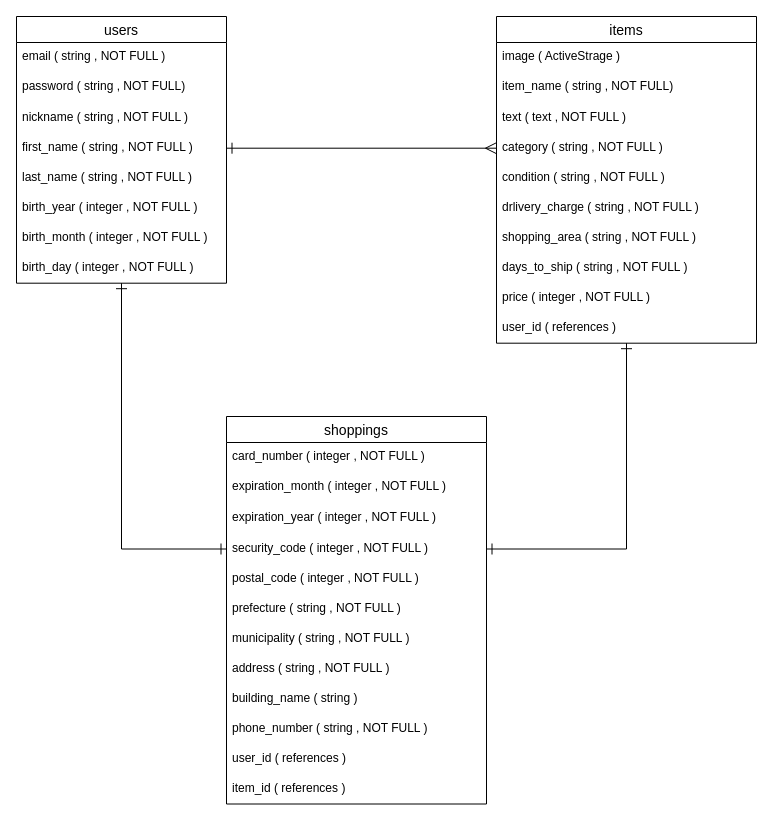
This is furima.dio from ami0120/furima-34292, a draw.io file, before an edit. Source tidied: cells renumbered, new cells numbered last; positions are measured from the earlier drawing's top-left corner, leaving out a move shared by most shapes. Both pictures are drawn from the tidied source at 100%, with x=0, y=0 at pixel (16, 16).
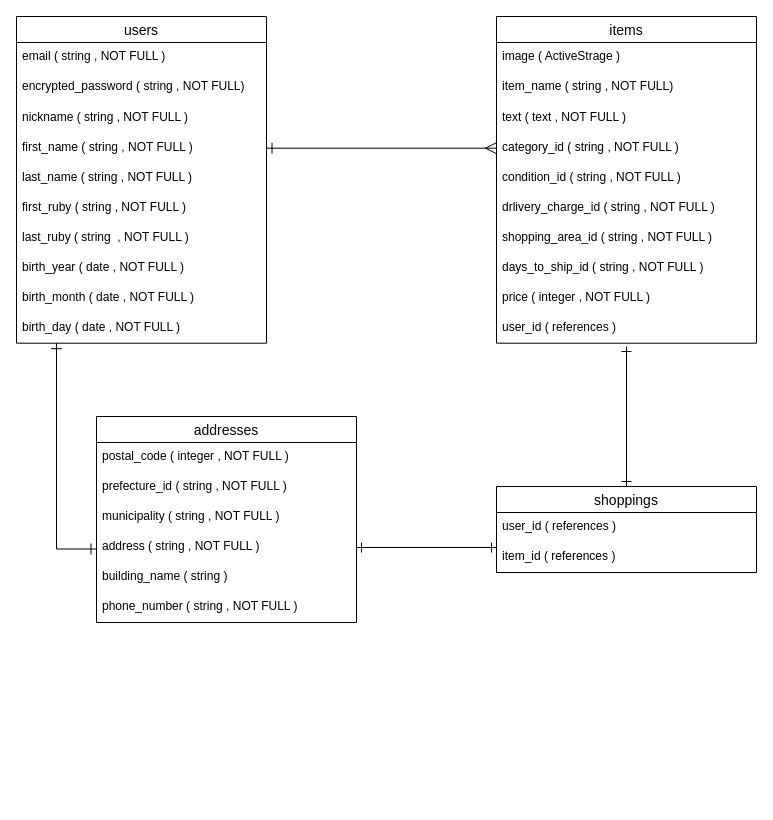
The same diagram, later.

Unchanged cells that the change refers to:
```xml
<mxCell id="13" value="items" style="swimlane;fontStyle=0;horizontal=1;startSize=26;align=center;fontSize=14;" parent="1" vertex="1">
  <mxGeometry x="480" width="260" height="326.7" as="geometry" />
</mxCell>
```

The edit, as a diff of the source:
```diff
@@
-    <mxCell id="2" style="edgeStyle=orthogonalEdgeStyle;rounded=0;jettySize=auto;html=1;entryX=0;entryY=0.5;entryDx=0;entryDy=0;startArrow=ERone;startFill=0;startSize=9;endArrow=ERone;endFill=0;endSize=9;" parent="1" edge="1" source="3" target="28">
-      <mxGeometry relative="1" as="geometry" />
+    <mxCell id="2" style="edgeStyle=orthogonalEdgeStyle;rounded=0;jettySize=auto;html=1;entryX=0;entryY=0.5;entryDx=0;entryDy=0;startArrow=ERone;startFill=0;startSize=9;endArrow=ERone;endFill=0;endSize=9;" parent="1" edge="1" source="3">
+      <mxGeometry relative="1" as="geometry">
+        <mxPoint x="80" y="532.5" as="targetPoint" />
+        <Array as="points">
+          <mxPoint x="40" y="533" />
+        </Array>
+      </mxGeometry>
     </mxCell>
     <mxCell id="3" value="users" style="swimlane;fontStyle=0;horizontal=1;startSize=26;align=center;fontSize=14;" parent="1" vertex="1">
-      <mxGeometry width="210" height="266.7" as="geometry" />
+      <mxGeometry width="250" height="326.7" as="geometry" />
     </mxCell>
     <mxCell id="4" value="email ( string , NOT FULL )" style="text;strokeColor=none;fillColor=none;spacingLeft=4;spacingRight=4;overflow=hidden;fontSize=12;" parent="3" vertex="1">
-      <mxGeometry y="26" width="210" height="30" as="geometry" />
+      <mxGeometry y="26" width="250" height="30" as="geometry" />
     </mxCell>
-    <mxCell id="5" value="password ( string , NOT FULL)" style="text;strokeColor=none;fillColor=none;spacingLeft=4;spacingRight=4;overflow=hidden;fontSize=12;" parent="3" vertex="1">
-      <mxGeometry y="56" width="210" height="30.7" as="geometry" />
+    <mxCell id="5" value="encrypted_password ( string , NOT FULL)" style="text;strokeColor=none;fillColor=none;spacingLeft=4;spacingRight=4;overflow=hidden;fontSize=12;" parent="3" vertex="1">
+      <mxGeometry y="56" width="250" height="30.7" as="geometry" />
     </mxCell>
     <mxCell id="6" value="nickname ( string , NOT FULL )" style="text;strokeColor=none;fillColor=none;spacingLeft=4;spacingRight=4;overflow=hidden;fontSize=12;" parent="3" vertex="1">
-      <mxGeometry y="86.7" width="210" height="30" as="geometry" />
+      <mxGeometry y="86.7" width="250" height="30" as="geometry" />
     </mxCell>
     <mxCell id="7" value="first_name ( string , NOT FULL )" style="text;strokeColor=none;fillColor=none;spacingLeft=4;spacingRight=4;overflow=hidden;points=[[0,0.5],[1,0.5]];portConstraint=eastwest;fontSize=12;" parent="3" vertex="1">
-      <mxGeometry y="116.7" width="210" height="30" as="geometry" />
+      <mxGeometry y="116.7" width="250" height="30" as="geometry" />
     </mxCell>
     <mxCell id="8" value="last_name ( string , NOT FULL )" style="text;strokeColor=none;fillColor=none;spacingLeft=4;spacingRight=4;overflow=hidden;fontSize=12;" parent="3" vertex="1">
-      <mxGeometry y="146.7" width="210" height="30" as="geometry" />
+      <mxGeometry y="146.7" width="250" height="30" as="geometry" />
     </mxCell>
+    <mxCell id="38" value="first_ruby ( string , NOT FULL )" style="text;strokeColor=none;fillColor=none;spacingLeft=4;spacingRight=4;overflow=hidden;fontSize=12;" parent="3" vertex="1">
+      <mxGeometry y="176.7" width="250" height="30" as="geometry" />
+    </mxCell>
+    <mxCell id="39" value="last_ruby ( string  , NOT FULL )" style="text;strokeColor=none;fillColor=none;spacingLeft=4;spacingRight=4;overflow=hidden;fontSize=12;" parent="3" vertex="1">
+      <mxGeometry y="206.7" width="250" height="30" as="geometry" />
+    </mxCell>
-    <mxCell id="9" value="birth_year ( integer , NOT FULL )" style="text;strokeColor=none;fillColor=none;spacingLeft=4;spacingRight=4;overflow=hidden;fontSize=12;" parent="3" vertex="1">
-      <mxGeometry y="176.7" width="210" height="30" as="geometry" />
+    <mxCell id="9" value="birth_year ( date , NOT FULL )" style="text;strokeColor=none;fillColor=none;spacingLeft=4;spacingRight=4;overflow=hidden;fontSize=12;" parent="3" vertex="1">
+      <mxGeometry y="236.7" width="250" height="30" as="geometry" />
     </mxCell>
-    <mxCell id="10" value="birth_month ( integer , NOT FULL )" style="text;strokeColor=none;fillColor=none;spacingLeft=4;spacingRight=4;overflow=hidden;fontSize=12;" parent="3" vertex="1">
-      <mxGeometry y="206.7" width="210" height="30" as="geometry" />
+    <mxCell id="10" value="birth_month ( date , NOT FULL )" style="text;strokeColor=none;fillColor=none;spacingLeft=4;spacingRight=4;overflow=hidden;fontSize=12;" parent="3" vertex="1">
+      <mxGeometry y="266.7" width="250" height="30" as="geometry" />
     </mxCell>
-    <mxCell id="11" value="birth_day ( integer , NOT FULL )" style="text;strokeColor=none;fillColor=none;spacingLeft=4;spacingRight=4;overflow=hidden;fontSize=12;" parent="3" vertex="1">
-      <mxGeometry y="236.7" width="210" height="30" as="geometry" />
+    <mxCell id="11" value="birth_day ( date , NOT FULL )" style="text;strokeColor=none;fillColor=none;spacingLeft=4;spacingRight=4;overflow=hidden;fontSize=12;" parent="3" vertex="1">
+      <mxGeometry y="296.7" width="250" height="30" as="geometry" />
     </mxCell>
-    <mxCell id="12" style="edgeStyle=orthogonalEdgeStyle;rounded=0;jettySize=auto;html=1;startArrow=ERone;startFill=0;startSize=9;endArrow=ERone;endFill=0;endSize=9;entryX=1;entryY=0.5;entryDx=0;entryDy=0;" parent="1" edge="1" source="13" target="28">
-      <mxGeometry relative="1" as="geometry" />
-    </mxCell>
@@
-    <mxCell id="17" value="category ( string , NOT FULL )" style="text;strokeColor=none;fillColor=none;spacingLeft=4;spacingRight=4;overflow=hidden;points=[[0,0.5],[1,0.5]];portConstraint=eastwest;fontSize=12;" parent="13" vertex="1">
+    <mxCell id="17" value="category_id ( string , NOT FULL )" style="text;strokeColor=none;fillColor=none;spacingLeft=4;spacingRight=4;overflow=hidden;points=[[0,0.5],[1,0.5]];portConstraint=eastwest;fontSize=12;" parent="13" vertex="1">
       <mxGeometry y="116.7" width="260" height="30" as="geometry" />
     </mxCell>
-    <mxCell id="18" value="condition ( string , NOT FULL )" style="text;strokeColor=none;fillColor=none;spacingLeft=4;spacingRight=4;overflow=hidden;fontSize=12;" parent="13" vertex="1">
+    <mxCell id="18" value="condition_id ( string , NOT FULL )" style="text;strokeColor=none;fillColor=none;spacingLeft=4;spacingRight=4;overflow=hidden;fontSize=12;" parent="13" vertex="1">
       <mxGeometry y="146.7" width="260" height="30" as="geometry" />
     </mxCell>
-    <mxCell id="19" value="drlivery_charge ( string , NOT FULL )" style="text;strokeColor=none;fillColor=none;spacingLeft=4;spacingRight=4;overflow=hidden;fontSize=12;" parent="13" vertex="1">
+    <mxCell id="19" value="drlivery_charge_id ( string , NOT FULL )" style="text;strokeColor=none;fillColor=none;spacingLeft=4;spacingRight=4;overflow=hidden;fontSize=12;" parent="13" vertex="1">
       <mxGeometry y="176.7" width="260" height="30" as="geometry" />
     </mxCell>
-    <mxCell id="20" value="shopping_area ( string , NOT FULL )" style="text;strokeColor=none;fillColor=none;spacingLeft=4;spacingRight=4;overflow=hidden;fontSize=12;" parent="13" vertex="1">
+    <mxCell id="20" value="shopping_area_id ( string , NOT FULL )" style="text;strokeColor=none;fillColor=none;spacingLeft=4;spacingRight=4;overflow=hidden;fontSize=12;" parent="13" vertex="1">
       <mxGeometry y="206.7" width="260" height="30" as="geometry" />
     </mxCell>
-    <mxCell id="21" value="days_to_ship ( string , NOT FULL )" style="text;strokeColor=none;fillColor=none;spacingLeft=4;spacingRight=4;overflow=hidden;fontSize=12;" parent="13" vertex="1">
+    <mxCell id="21" value="days_to_ship_id ( string , NOT FULL )" style="text;strokeColor=none;fillColor=none;spacingLeft=4;spacingRight=4;overflow=hidden;fontSize=12;" parent="13" vertex="1">
       <mxGeometry y="236.7" width="260" height="30" as="geometry" />
     </mxCell>
@@
-    <mxCell id="24" value="shoppings" style="swimlane;fontStyle=0;horizontal=1;startSize=26;align=center;fontSize=14;" parent="1" vertex="1">
-      <mxGeometry x="210" y="400" width="260" height="387.5" as="geometry" />
+    <mxCell id="24" value="addresses" style="swimlane;fontStyle=0;horizontal=1;startSize=26;align=center;fontSize=14;" parent="1" vertex="1">
+      <mxGeometry x="80" y="400" width="260" height="206" as="geometry" />
     </mxCell>
-    <mxCell id="25" value="card_number ( integer , NOT FULL )" style="text;strokeColor=none;fillColor=none;spacingLeft=4;spacingRight=4;overflow=hidden;fontSize=12;" parent="24" vertex="1">
-      <mxGeometry y="26" width="260" height="30" as="geometry" />
-    </mxCell>
-    <mxCell id="26" value="expiration_month ( integer , NOT FULL )" style="text;strokeColor=none;fillColor=none;spacingLeft=4;spacingRight=4;overflow=hidden;fontSize=12;" parent="24" vertex="1">
-      <mxGeometry y="56" width="260" height="30.7" as="geometry" />
-    </mxCell>
-    <mxCell id="27" value="expiration_year ( integer , NOT FULL )" style="text;strokeColor=none;fillColor=none;spacingLeft=4;spacingRight=4;overflow=hidden;fontSize=12;" parent="24" vertex="1">
-      <mxGeometry y="86.7" width="260" height="30.7" as="geometry" />
-    </mxCell>
-    <mxCell id="28" value="security_code ( integer , NOT FULL )" style="text;strokeColor=none;fillColor=none;spacingLeft=4;spacingRight=4;overflow=hidden;points=[[0,0.5],[1,0.5]];portConstraint=eastwest;fontSize=12;" parent="24" vertex="1">
-      <mxGeometry y="117.5" width="260" height="30" as="geometry" />
-    </mxCell>
     <mxCell id="29" value="postal_code ( integer , NOT FULL )" style="text;strokeColor=none;fillColor=none;spacingLeft=4;spacingRight=4;overflow=hidden;fontSize=12;" parent="24" vertex="1">
-      <mxGeometry y="147.5" width="260" height="30" as="geometry" />
+      <mxGeometry y="26" width="260" height="30" as="geometry" />
     </mxCell>
-    <mxCell id="30" value="prefecture ( string , NOT FULL )" style="text;strokeColor=none;fillColor=none;spacingLeft=4;spacingRight=4;overflow=hidden;fontSize=12;" parent="24" vertex="1">
-      <mxGeometry y="177.5" width="260" height="30" as="geometry" />
+    <mxCell id="30" value="prefecture_id ( string , NOT FULL )" style="text;strokeColor=none;fillColor=none;spacingLeft=4;spacingRight=4;overflow=hidden;fontSize=12;" parent="24" vertex="1">
+      <mxGeometry y="56" width="260" height="30" as="geometry" />
     </mxCell>
     <mxCell id="31" value="municipality ( string , NOT FULL )" style="text;strokeColor=none;fillColor=none;spacingLeft=4;spacingRight=4;overflow=hidden;fontSize=12;" parent="24" vertex="1">
-      <mxGeometry y="207.5" width="260" height="30" as="geometry" />
+      <mxGeometry y="86" width="260" height="30" as="geometry" />
     </mxCell>
     <mxCell id="32" value="address ( string , NOT FULL )" style="text;strokeColor=none;fillColor=none;spacingLeft=4;spacingRight=4;overflow=hidden;points=[[0,0.5],[1,0.5]];portConstraint=eastwest;fontSize=12;" parent="24" vertex="1">
-      <mxGeometry y="237.5" width="260" height="30" as="geometry" />
+      <mxGeometry y="116" width="260" height="30" as="geometry" />
     </mxCell>
     <mxCell id="33" value="building_name ( string )" style="text;strokeColor=none;fillColor=none;spacingLeft=4;spacingRight=4;overflow=hidden;fontSize=12;" parent="24" vertex="1">
-      <mxGeometry y="267.5" width="260" height="30" as="geometry" />
+      <mxGeometry y="146" width="260" height="30" as="geometry" />
     </mxCell>
     <mxCell id="34" value="phone_number ( string , NOT FULL )" style="text;strokeColor=none;fillColor=none;spacingLeft=4;spacingRight=4;overflow=hidden;fontSize=12;" parent="24" vertex="1">
-      <mxGeometry y="297.5" width="260" height="30" as="geometry" />
+      <mxGeometry y="176" width="260" height="30" as="geometry" />
     </mxCell>
+    <mxCell id="37" style="edgeStyle=orthogonalEdgeStyle;rounded=0;jettySize=auto;html=1;exitX=1;exitY=0.5;exitDx=0;exitDy=0;entryX=0;entryY=0.5;entryDx=0;entryDy=0;startArrow=ERone;startFill=0;endArrow=ERmany;endFill=0;endSize=9;startSize=9;" parent="1" edge="1" source="7" target="17">
+      <mxGeometry relative="1" as="geometry" />
+    </mxCell>
+    <mxCell id="40" style="edgeStyle=orthogonalEdgeStyle;rounded=0;jettySize=auto;html=1;endSize=8;startSize=8;endArrow=ERone;endFill=0;startArrow=ERone;startFill=0;" parent="1" edge="1" source="41">
+      <mxGeometry relative="1" as="geometry">
+        <mxPoint x="610" y="330" as="targetPoint" />
+      </mxGeometry>
+    </mxCell>
+    <mxCell id="41" value="shoppings" style="swimlane;fontStyle=0;horizontal=1;startSize=26;align=center;fontSize=14;" parent="1" vertex="1">
+      <mxGeometry x="480" y="470" width="260" height="86" as="geometry" />
+    </mxCell>
-    <mxCell id="35" value="user_id ( references )" style="text;strokeColor=none;fillColor=none;spacingLeft=4;spacingRight=4;overflow=hidden;fontSize=12;" parent="24" vertex="1">
-      <mxGeometry y="327.5" width="260" height="30" as="geometry" />
+    <mxCell id="35" value="user_id ( references )" style="text;strokeColor=none;fillColor=none;spacingLeft=4;spacingRight=4;overflow=hidden;fontSize=12;" parent="41" vertex="1">
+      <mxGeometry y="26" width="260" height="30" as="geometry" />
     </mxCell>
-    <mxCell id="36" value="item_id ( references )" style="text;strokeColor=none;fillColor=none;spacingLeft=4;spacingRight=4;overflow=hidden;points=[[0,0.5],[1,0.5]];portConstraint=eastwest;fontSize=12;" parent="24" vertex="1">
-      <mxGeometry y="357.5" width="260" height="30" as="geometry" />
+    <mxCell id="36" value="item_id ( references )" style="text;strokeColor=none;fillColor=none;spacingLeft=4;spacingRight=4;overflow=hidden;points=[[0,0.5],[1,0.5]];portConstraint=eastwest;fontSize=12;" parent="41" vertex="1">
+      <mxGeometry y="56" width="260" height="30" as="geometry" />
     </mxCell>
-    <mxCell id="37" style="edgeStyle=orthogonalEdgeStyle;rounded=0;jettySize=auto;html=1;exitX=1;exitY=0.5;exitDx=0;exitDy=0;entryX=0;entryY=0.5;entryDx=0;entryDy=0;startArrow=ERone;startFill=0;endArrow=ERmany;endFill=0;endSize=9;startSize=9;" parent="1" edge="1" source="7" target="17">
-      <mxGeometry relative="1" as="geometry" />
-    </mxCell>
+    <mxCell id="42" style="edgeStyle=orthogonalEdgeStyle;rounded=0;jettySize=auto;html=1;startArrow=ERone;startFill=0;startSize=8;endArrow=ERone;endFill=0;endSize=8;entryX=0;entryY=0.167;entryDx=0;entryDy=0;entryPerimeter=0;" parent="1" edge="1" source="32" target="36">
+      <mxGeometry relative="1" as="geometry" />
+    </mxCell>
```
